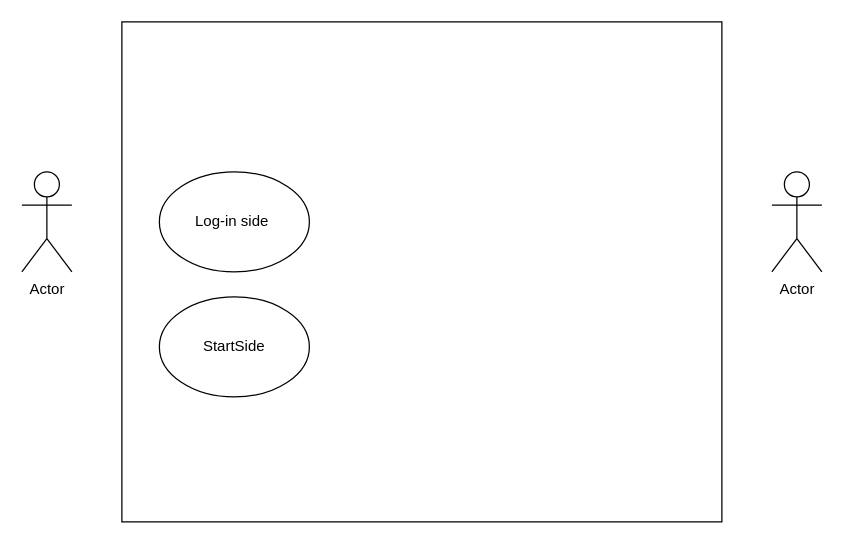
Before: page "Use Case" (2 of 6) of Informatik UML.drawio in Tobi8570/H2, a draw.io diagram. Source tidied: cells renumbered, new cells numbered last; positions are measured from the earlier drawing's top-left corner, leaving out a move shared by most shapes. Both pictures are drawn from the tidied source at 125%, with x=0, y=0 at pixel (21, 21).
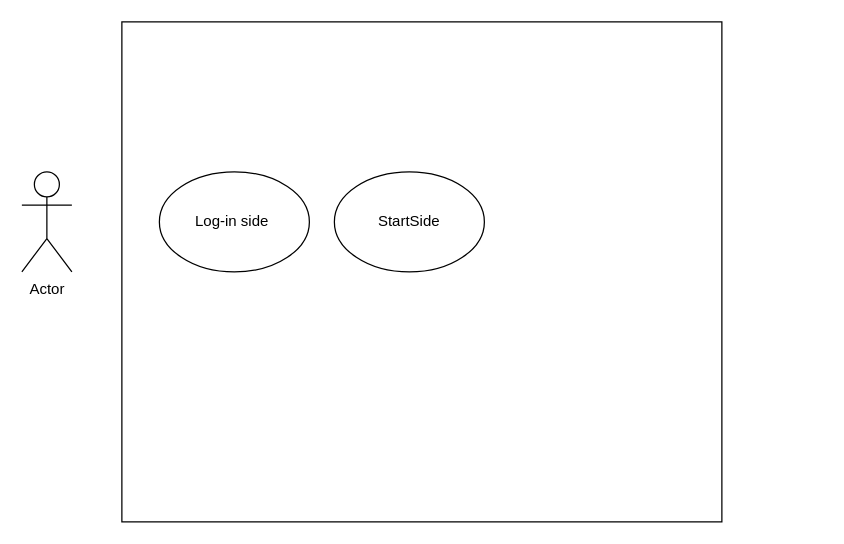
The same page after the edit.

The edit, as a diff of the source:
```diff
@@
 <mxGraphModel>
   <root>
     <mxCell id="0" />
     <mxCell id="1" parent="0" />
     <mxCell id="2" style="rounded=0;whiteSpace=wrap;html=1;" parent="1" vertex="1">
       <mxGeometry x="80" width="480" height="400" as="geometry" />
     </mxCell>
     <mxCell id="3" value="Actor" style="shape=umlActor;verticalLabelPosition=bottom;verticalAlign=top;html=1;" parent="1" vertex="1">
       <mxGeometry y="120" width="40" height="80" as="geometry" />
     </mxCell>
-    <mxCell id="4" value="Actor" style="shape=umlActor;verticalLabelPosition=bottom;verticalAlign=top;html=1;" parent="1" vertex="1">
-      <mxGeometry x="600" y="120" width="40" height="80" as="geometry" />
-    </mxCell>
     <mxCell id="5" value="Log-in side&amp;nbsp;" style="ellipse;whiteSpace=wrap;html=1;" parent="1" vertex="1">
       <mxGeometry x="110" y="120" width="120" height="80" as="geometry" />
     </mxCell>
     <mxCell id="6" value="StartSide" style="ellipse;whiteSpace=wrap;html=1;" parent="1" vertex="1">
-      <mxGeometry x="110" y="220" width="120" height="80" as="geometry" />
+      <mxGeometry x="250" y="120" width="120" height="80" as="geometry" />
     </mxCell>
   </root>
 </mxGraphModel>
```
